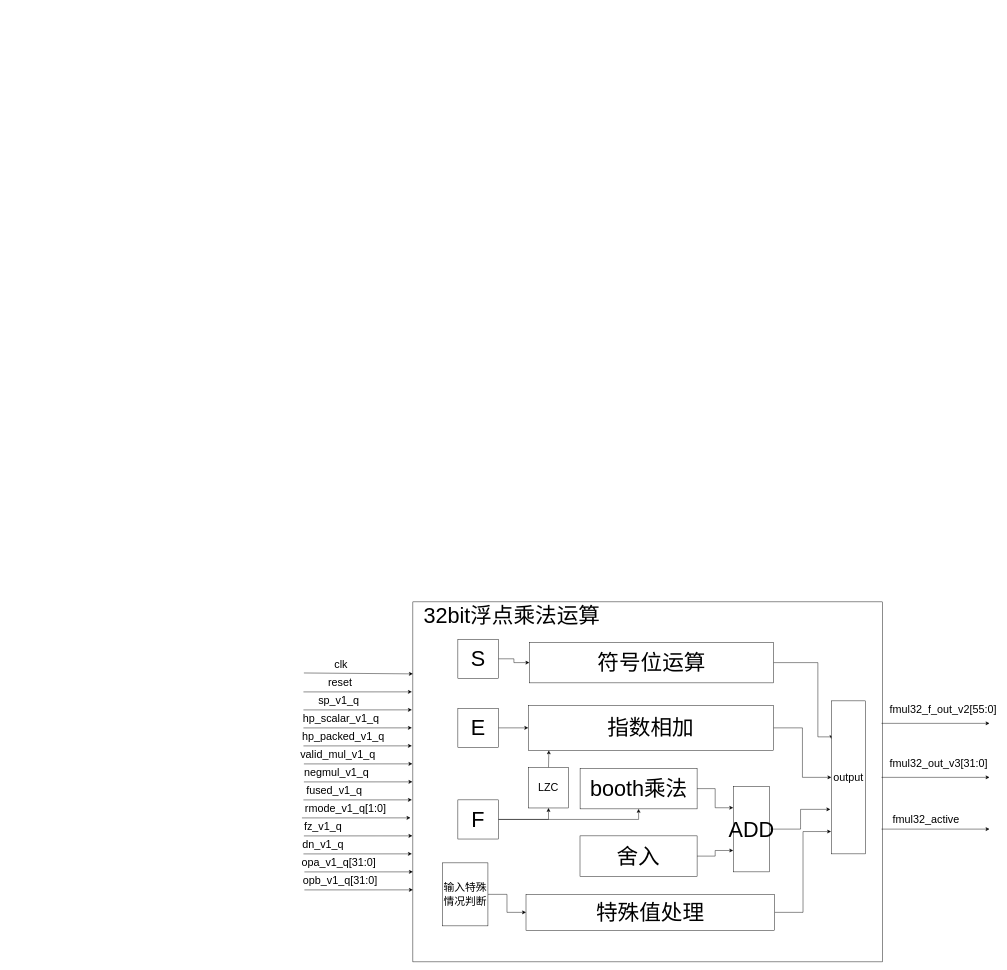
Above: page "浮点乘法框架图" (2 of 3) of Copy of float_mul(供参考).drawio in muguang123/drwaio (draw.io), before the change. Source tidied: cells renumbered, new cells numbered last; positions are measured from the earlier drawing's top-left corner, leaving out a move shared by most shapes. Both pictures are drawn from the tidied source at 45%, with x=0, y=0 at pixel (297, 602).
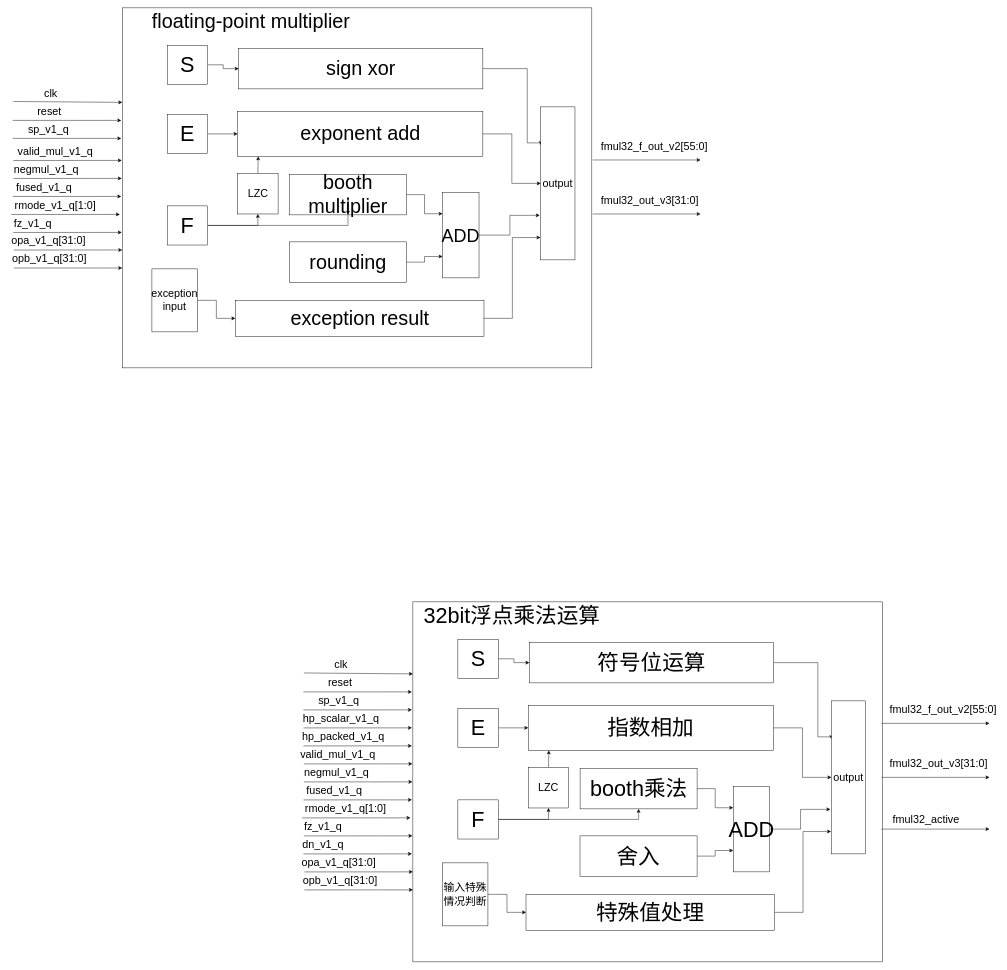
After the change.

The edit, as a diff of the source:
```diff
@@
+    <mxCell id="60" style="rounded=0;whiteSpace=wrap;html=1;" parent="1" vertex="1">
+      <mxGeometry x="-388.8" y="-1320" width="1043.5" height="800" as="geometry" />
+    </mxCell>
+    <mxCell id="61" style="edgeStyle=orthogonalEdgeStyle;rounded=0;jettySize=auto;html=1;exitX=1;exitY=0.5;exitDx=0;exitDy=0;entryX=0;entryY=0.25;entryDx=0;entryDy=0;" parent="1" edge="1" source="62" target="76">
+      <mxGeometry relative="1" as="geometry" />
+    </mxCell>
+    <mxCell id="62" value="&lt;font style=&quot;font-size: 44px&quot;&gt;booth multiplier&lt;/font&gt;" style="rounded=0;whiteSpace=wrap;html=1;" parent="1" vertex="1">
+      <mxGeometry x="-17.2" y="-950" width="260" height="90" as="geometry" />
+    </mxCell>
+    <mxCell id="63" style="edgeStyle=orthogonalEdgeStyle;rounded=0;jettySize=auto;html=1;exitX=1;exitY=0.5;exitDx=0;exitDy=0;entryX=0;entryY=0.5;entryDx=0;entryDy=0;" parent="1" edge="1" source="64" target="66">
+      <mxGeometry relative="1" as="geometry" />
+    </mxCell>
+    <mxCell id="64" value="&lt;font style=&quot;font-size: 24px&quot;&gt;exception input&lt;/font&gt;" style="rounded=0;whiteSpace=wrap;html=1;" parent="1" vertex="1">
+      <mxGeometry x="-322.9" y="-740" width="100.9" height="140" as="geometry" />
+    </mxCell>
+    <mxCell id="65" style="edgeStyle=orthogonalEdgeStyle;rounded=0;jettySize=auto;html=1;exitX=1;exitY=0.5;exitDx=0;exitDy=0;entryX=-0.009;entryY=0.854;entryDx=0;entryDy=0;entryPerimeter=0;" parent="1" edge="1" source="66" target="78">
+      <mxGeometry relative="1" as="geometry" />
+    </mxCell>
+    <mxCell id="66" value="&lt;font style=&quot;font-size: 44px&quot;&gt;exception result&lt;/font&gt;" style="rounded=0;whiteSpace=wrap;html=1;" parent="1" vertex="1">
+      <mxGeometry x="-137.5" y="-670" width="552.5" height="80" as="geometry" />
+    </mxCell>
+    <mxCell id="67" style="edgeStyle=orthogonalEdgeStyle;rounded=0;jettySize=auto;html=1;exitX=1;exitY=0.5;exitDx=0;exitDy=0;" parent="1" edge="1" source="68" target="78">
+      <mxGeometry relative="1" as="geometry" />
+    </mxCell>
+    <mxCell id="68" value="&lt;font style=&quot;font-size: 44px&quot;&gt;exponent add&lt;/font&gt;" style="rounded=0;whiteSpace=wrap;html=1;" parent="1" vertex="1">
+      <mxGeometry x="-132.5" y="-1090" width="545" height="100" as="geometry" />
+    </mxCell>
+    <mxCell id="69" style="edgeStyle=orthogonalEdgeStyle;rounded=0;jettySize=auto;html=1;exitX=1;exitY=0.5;exitDx=0;exitDy=0;entryX=0;entryY=0.25;entryDx=0;entryDy=0;" parent="1" edge="1" source="70" target="78">
+      <mxGeometry relative="1" as="geometry">
+        <Array as="points">
+          <mxPoint x="511.2" y="-1185" />
+          <mxPoint x="511.2" y="-1020" />
+          <mxPoint x="541.2" y="-1020" />
+        </Array>
+      </mxGeometry>
+    </mxCell>
+    <mxCell id="70" value="&lt;font style=&quot;font-size: 44px&quot;&gt;sign xor&lt;/font&gt;" style="rounded=0;whiteSpace=wrap;html=1;" parent="1" vertex="1">
+      <mxGeometry x="-130" y="-1230" width="542.5" height="90" as="geometry" />
+    </mxCell>
+    <mxCell id="71" style="edgeStyle=orthogonalEdgeStyle;rounded=0;jettySize=auto;html=1;exitX=1;exitY=0.5;exitDx=0;exitDy=0;entryX=0;entryY=0.75;entryDx=0;entryDy=0;" parent="1" edge="1" source="72" target="76">
+      <mxGeometry relative="1" as="geometry" />
+    </mxCell>
+    <mxCell id="72" value="&lt;font style=&quot;font-size: 44px&quot;&gt;rounding&lt;/font&gt;" style="rounded=0;whiteSpace=wrap;html=1;" parent="1" vertex="1">
+      <mxGeometry x="-17.5" y="-800" width="260.2" height="90" as="geometry" />
+    </mxCell>
+    <mxCell id="73" style="edgeStyle=orthogonalEdgeStyle;rounded=0;jettySize=auto;html=1;exitX=1;exitY=0.5;exitDx=0;exitDy=0;entryX=0;entryY=0.5;entryDx=0;entryDy=0;" parent="1" edge="1" source="74" target="68">
+      <mxGeometry relative="1" as="geometry" />
+    </mxCell>
+    <mxCell id="74" value="&lt;font style=&quot;font-size: 48px&quot;&gt;E&lt;/font&gt;" style="rounded=0;whiteSpace=wrap;html=1;" parent="1" vertex="1">
+      <mxGeometry x="-288.8" y="-1083.5" width="90" height="87" as="geometry" />
+    </mxCell>
+    <mxCell id="75" style="edgeStyle=orthogonalEdgeStyle;rounded=0;jettySize=auto;html=1;exitX=1;exitY=0.5;exitDx=0;exitDy=0;entryX=-0.031;entryY=0.709;entryDx=0;entryDy=0;entryPerimeter=0;" parent="1" edge="1" source="76" target="78">
+      <mxGeometry relative="1" as="geometry" />
+    </mxCell>
+    <mxCell id="76" value="&lt;font style=&quot;font-size: 40px&quot;&gt;ADD&lt;/font&gt;" style="rounded=0;whiteSpace=wrap;html=1;" parent="1" vertex="1">
+      <mxGeometry x="323" y="-910" width="81" height="190" as="geometry" />
+    </mxCell>
+    <mxCell id="77" value="&lt;font style=&quot;font-size: 44px&quot;&gt;floating-point multiplier&lt;/font&gt;" style="text;html=1;strokeColor=none;fillColor=none;align=center;verticalAlign=middle;whiteSpace=wrap;rounded=0;" parent="1" vertex="1">
+      <mxGeometry x="-378.8" y="-1310" width="552.8" height="40" as="geometry" />
+    </mxCell>
+    <mxCell id="78" value="&lt;font style=&quot;font-size: 24px&quot;&gt;output&lt;/font&gt;" style="rounded=0;whiteSpace=wrap;html=1;" parent="1" vertex="1">
+      <mxGeometry x="541.2" y="-1100" width="76" height="340" as="geometry" />
+    </mxCell>
+    <mxCell id="79" style="endArrow=classic;html=1;entryX=0.002;entryY=0.075;entryDx=0;entryDy=0;entryPerimeter=0;" parent="1" edge="1">
+      <mxGeometry relative="1" as="geometry">
+        <mxPoint x="-631" y="-1112" as="sourcePoint" />
+        <mxPoint x="-388.8" y="-1110" as="targetPoint" />
+      </mxGeometry>
+    </mxCell>
+    <mxCell id="80" value="&lt;font style=&quot;font-size: 24px&quot;&gt;clk&lt;/font&gt;" style="text;html=1;align=center;verticalAlign=middle;" parent="1" vertex="1">
+      <mxGeometry x="-568.5" y="-1140" width="40" height="20" as="geometry" />
+    </mxCell>
+    <mxCell id="81" style="endArrow=classic;html=1;entryX=0.001;entryY=0.048;entryDx=0;entryDy=0;entryPerimeter=0;" parent="1" edge="1">
+      <mxGeometry relative="1" as="geometry">
+        <mxPoint x="-632.1" y="-1069.9" as="sourcePoint" />
+        <mxPoint x="-391" y="-1070" as="targetPoint" />
+      </mxGeometry>
+    </mxCell>
+    <mxCell id="82" value="&lt;font style=&quot;font-size: 24px&quot;&gt;reset&lt;/font&gt;" style="text;html=1;align=center;verticalAlign=middle;" parent="1" vertex="1">
+      <mxGeometry x="-586" y="-1100" width="70" height="20" as="geometry" />
+    </mxCell>
+    <mxCell id="83" style="endArrow=classic;html=1;entryX=0.001;entryY=0.048;entryDx=0;entryDy=0;entryPerimeter=0;" parent="1" edge="1">
+      <mxGeometry relative="1" as="geometry">
+        <mxPoint x="-631" y="-940.9" as="sourcePoint" />
+        <mxPoint x="-389.9" y="-941" as="targetPoint" />
+      </mxGeometry>
+    </mxCell>
+    <mxCell id="84" style="endArrow=classic;html=1;entryX=0.001;entryY=0.048;entryDx=0;entryDy=0;entryPerimeter=0;" parent="1" edge="1">
+      <mxGeometry relative="1" as="geometry">
+        <mxPoint x="-632.1" y="-1029.9" as="sourcePoint" />
+        <mxPoint x="-391" y="-1030" as="targetPoint" />
+      </mxGeometry>
+    </mxCell>
+    <mxCell id="85" style="endArrow=classic;html=1;entryX=0.001;entryY=0.048;entryDx=0;entryDy=0;entryPerimeter=0;" parent="1" edge="1">
+      <mxGeometry relative="1" as="geometry">
+        <mxPoint x="-631" y="-980.9" as="sourcePoint" />
+        <mxPoint x="-389.9" y="-981" as="targetPoint" />
+      </mxGeometry>
+    </mxCell>
+    <mxCell id="86" value="&lt;font style=&quot;font-size: 24px&quot;&gt;sp_v1_q&lt;/font&gt;" style="text;html=1;align=center;verticalAlign=middle;" parent="1" vertex="1">
+      <mxGeometry x="-608.5" y="-1060" width="110" height="20" as="geometry" />
+    </mxCell>
+    <mxCell id="87" value="&lt;font style=&quot;font-size: 24px&quot;&gt;valid_mul_v1_q&lt;/font&gt;" style="text;html=1;align=center;verticalAlign=middle;" parent="1" vertex="1">
+      <mxGeometry x="-628.5" y="-1010" width="180" height="20" as="geometry" />
+    </mxCell>
+    <mxCell id="88" value="&lt;font style=&quot;font-size: 24px&quot;&gt;negmul_v1_q&lt;/font&gt;" style="text;html=1;align=center;verticalAlign=middle;" parent="1" vertex="1">
+      <mxGeometry x="-638.5" y="-971" width="160" height="20" as="geometry" />
+    </mxCell>
+    <mxCell id="89" style="endArrow=classic;html=1;entryX=0.001;entryY=0.048;entryDx=0;entryDy=0;entryPerimeter=0;" parent="1" edge="1">
+      <mxGeometry relative="1" as="geometry">
+        <mxPoint x="-632.1" y="-900.9" as="sourcePoint" />
+        <mxPoint x="-391" y="-901" as="targetPoint" />
+      </mxGeometry>
+    </mxCell>
+    <mxCell id="90" style="endArrow=classic;html=1;entryX=0.001;entryY=0.048;entryDx=0;entryDy=0;entryPerimeter=0;" parent="1" edge="1">
+      <mxGeometry relative="1" as="geometry">
+        <mxPoint x="-635.3" y="-860.9" as="sourcePoint" />
+        <mxPoint x="-394.2" y="-861" as="targetPoint" />
+      </mxGeometry>
+    </mxCell>
+    <mxCell id="91" style="endArrow=classic;html=1;entryX=0.001;entryY=0.048;entryDx=0;entryDy=0;entryPerimeter=0;" parent="1" edge="1">
+      <mxGeometry relative="1" as="geometry">
+        <mxPoint x="-631" y="-820.9" as="sourcePoint" />
+        <mxPoint x="-389.9" y="-821" as="targetPoint" />
+      </mxGeometry>
+    </mxCell>
+    <mxCell id="92" value="&lt;font style=&quot;font-size: 24px&quot;&gt;fused_v1_q&lt;/font&gt;" style="text;html=1;align=center;verticalAlign=middle;" parent="1" vertex="1">
+      <mxGeometry x="-633.5" y="-931" width="140" height="20" as="geometry" />
+    </mxCell>
+    <mxCell id="93" value="&lt;font style=&quot;font-size: 24px&quot;&gt;rmode_v1_q[1:0]&lt;/font&gt;" style="text;html=1;align=center;verticalAlign=middle;" parent="1" vertex="1">
+      <mxGeometry x="-638.5" y="-891" width="200" height="20" as="geometry" />
+    </mxCell>
+    <mxCell id="94" value="&lt;font style=&quot;font-size: 24px&quot;&gt;fz_v1_q&lt;/font&gt;" style="text;html=1;align=center;verticalAlign=middle;" parent="1" vertex="1">
+      <mxGeometry x="-638.5" y="-851" width="100" height="20" as="geometry" />
+    </mxCell>
+    <mxCell id="95" style="endArrow=classic;html=1;entryX=0.001;entryY=0.048;entryDx=0;entryDy=0;entryPerimeter=0;" parent="1" edge="1">
+      <mxGeometry relative="1" as="geometry">
+        <mxPoint x="-629.9" y="-781.9" as="sourcePoint" />
+        <mxPoint x="-388.8" y="-782" as="targetPoint" />
+      </mxGeometry>
+    </mxCell>
+    <mxCell id="96" style="endArrow=classic;html=1;entryX=0.001;entryY=0.048;entryDx=0;entryDy=0;entryPerimeter=0;" parent="1" edge="1">
+      <mxGeometry relative="1" as="geometry">
+        <mxPoint x="-629.9" y="-741.9" as="sourcePoint" />
+        <mxPoint x="-388.8" y="-742" as="targetPoint" />
+      </mxGeometry>
+    </mxCell>
+    <mxCell id="97" value="&lt;font style=&quot;font-size: 24px&quot;&gt;opa_v1_q[31:0]&lt;/font&gt;" style="text;html=1;align=center;verticalAlign=middle;" parent="1" vertex="1">
+      <mxGeometry x="-643.5" y="-812" width="180" height="20" as="geometry" />
+    </mxCell>
+    <mxCell id="98" value="&lt;font style=&quot;font-size: 24px&quot;&gt;opb_v1_q[31:0]&lt;/font&gt;" style="text;html=1;align=center;verticalAlign=middle;" parent="1" vertex="1">
+      <mxGeometry x="-641" y="-772" width="180" height="20" as="geometry" />
+    </mxCell>
+    <mxCell id="99" style="endArrow=classic;html=1;" parent="1" edge="1">
+      <mxGeometry relative="1" as="geometry">
+        <mxPoint x="656.3" y="-982" as="sourcePoint" />
+        <mxPoint x="896.3" y="-982" as="targetPoint" />
+      </mxGeometry>
+    </mxCell>
+    <mxCell id="100" value="&lt;font style=&quot;font-size: 24px&quot;&gt;fmul32_f_out_v2[55:0]&lt;/font&gt;" style="text;html=1;align=center;verticalAlign=middle;" parent="1" vertex="1">
+      <mxGeometry x="667.9" y="-1022" width="250" height="20" as="geometry" />
+    </mxCell>
+    <mxCell id="101" style="endArrow=classic;html=1;" parent="1" edge="1">
+      <mxGeometry relative="1" as="geometry">
+        <mxPoint x="656.3" y="-862" as="sourcePoint" />
+        <mxPoint x="896.3" y="-862" as="targetPoint" />
+      </mxGeometry>
+    </mxCell>
+    <mxCell id="102" value="&lt;font style=&quot;font-size: 24px&quot;&gt;fmul32_out_v3[31:0]&lt;/font&gt;" style="text;html=1;align=center;verticalAlign=middle;" parent="1" vertex="1">
+      <mxGeometry x="667.9" y="-902" width="230" height="20" as="geometry" />
+    </mxCell>
+    <mxCell id="103" style="edgeStyle=orthogonalEdgeStyle;rounded=0;jettySize=auto;html=1;exitX=1;exitY=0.5;exitDx=0;exitDy=0;entryX=0.5;entryY=1;entryDx=0;entryDy=0;" parent="1" edge="1" source="105" target="109">
+      <mxGeometry relative="1" as="geometry" />
+    </mxCell>
+    <mxCell id="104" style="edgeStyle=orthogonalEdgeStyle;rounded=0;jettySize=auto;html=1;exitX=1;exitY=0.5;exitDx=0;exitDy=0;entryX=0.5;entryY=1;entryDx=0;entryDy=0;" parent="1" edge="1" source="105" target="62">
+      <mxGeometry relative="1" as="geometry" />
+    </mxCell>
+    <mxCell id="105" value="&lt;font style=&quot;font-size: 48px&quot;&gt;F&lt;/font&gt;" style="rounded=0;whiteSpace=wrap;html=1;" parent="1" vertex="1">
+      <mxGeometry x="-288.8" y="-880" width="90" height="87" as="geometry" />
+    </mxCell>
+    <mxCell id="106" style="edgeStyle=orthogonalEdgeStyle;rounded=0;jettySize=auto;html=1;entryX=0;entryY=0.5;entryDx=0;entryDy=0;" parent="1" edge="1" source="107" target="70">
+      <mxGeometry relative="1" as="geometry" />
+    </mxCell>
+    <mxCell id="107" value="&lt;font style=&quot;font-size: 48px&quot;&gt;S&lt;/font&gt;" style="rounded=0;whiteSpace=wrap;html=1;" parent="1" vertex="1">
+      <mxGeometry x="-288.8" y="-1237" width="90" height="87" as="geometry" />
+    </mxCell>
+    <mxCell id="108" style="edgeStyle=orthogonalEdgeStyle;rounded=0;jettySize=auto;html=1;exitX=0.5;exitY=0;exitDx=0;exitDy=0;entryX=0.084;entryY=1;entryDx=0;entryDy=0;entryPerimeter=0;" parent="1" edge="1" source="109" target="68">
+      <mxGeometry relative="1" as="geometry" />
+    </mxCell>
+    <mxCell id="109" value="&lt;font style=&quot;font-size: 24px&quot;&gt;LZC&lt;/font&gt;" style="rounded=0;whiteSpace=wrap;html=1;" parent="1" vertex="1">
+      <mxGeometry x="-132.5" y="-952" width="90" height="90" as="geometry" />
+    </mxCell>
```
